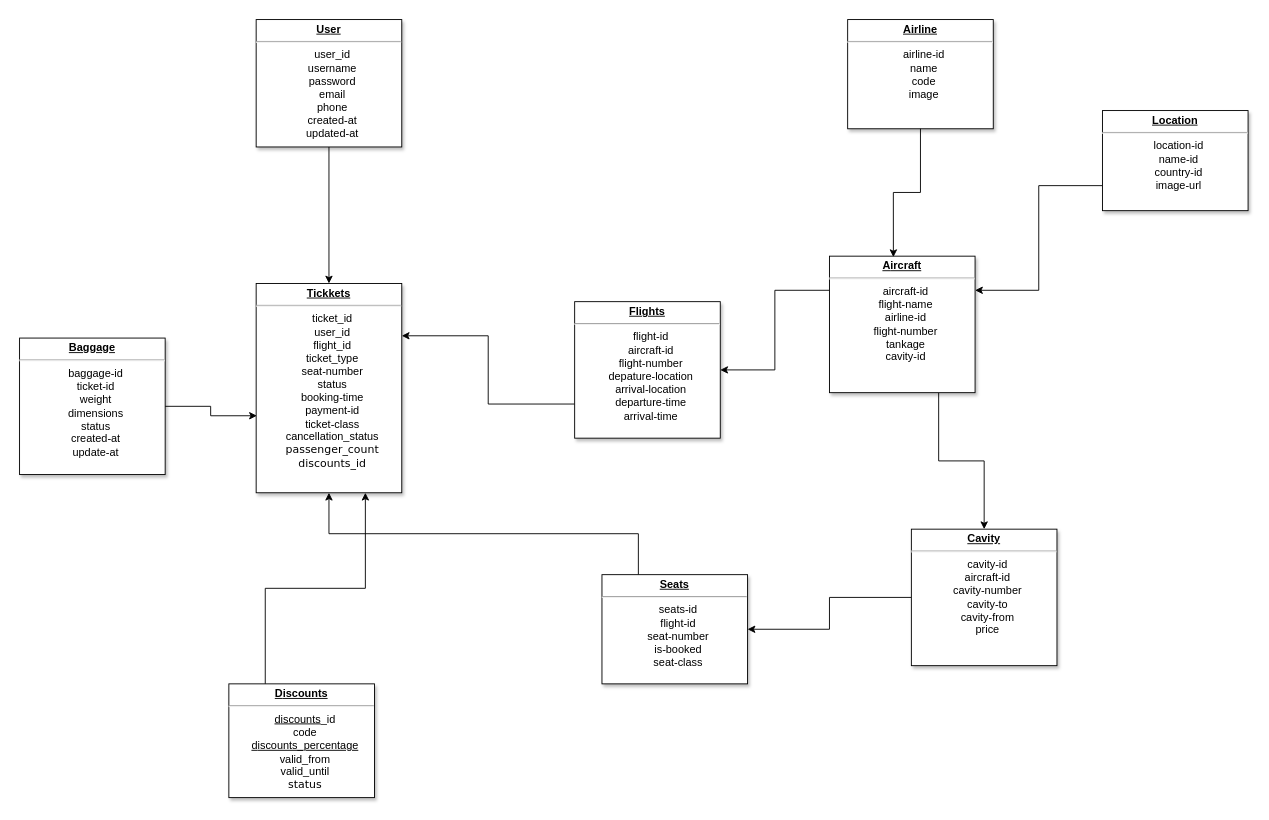
The draw.io diagram page "DataBase" (1 of 4) of Biểu đồ không có tiêu đề.drawio in DungZG/TrackingFlight, before the edit. Source tidied: cells renumbered, new cells numbered last; positions are measured from the earlier drawing's top-left corner, leaving out a move shared by most shapes. Both pictures are drawn from the tidied source at 91%, with x=0, y=0 at pixel (19, 19).
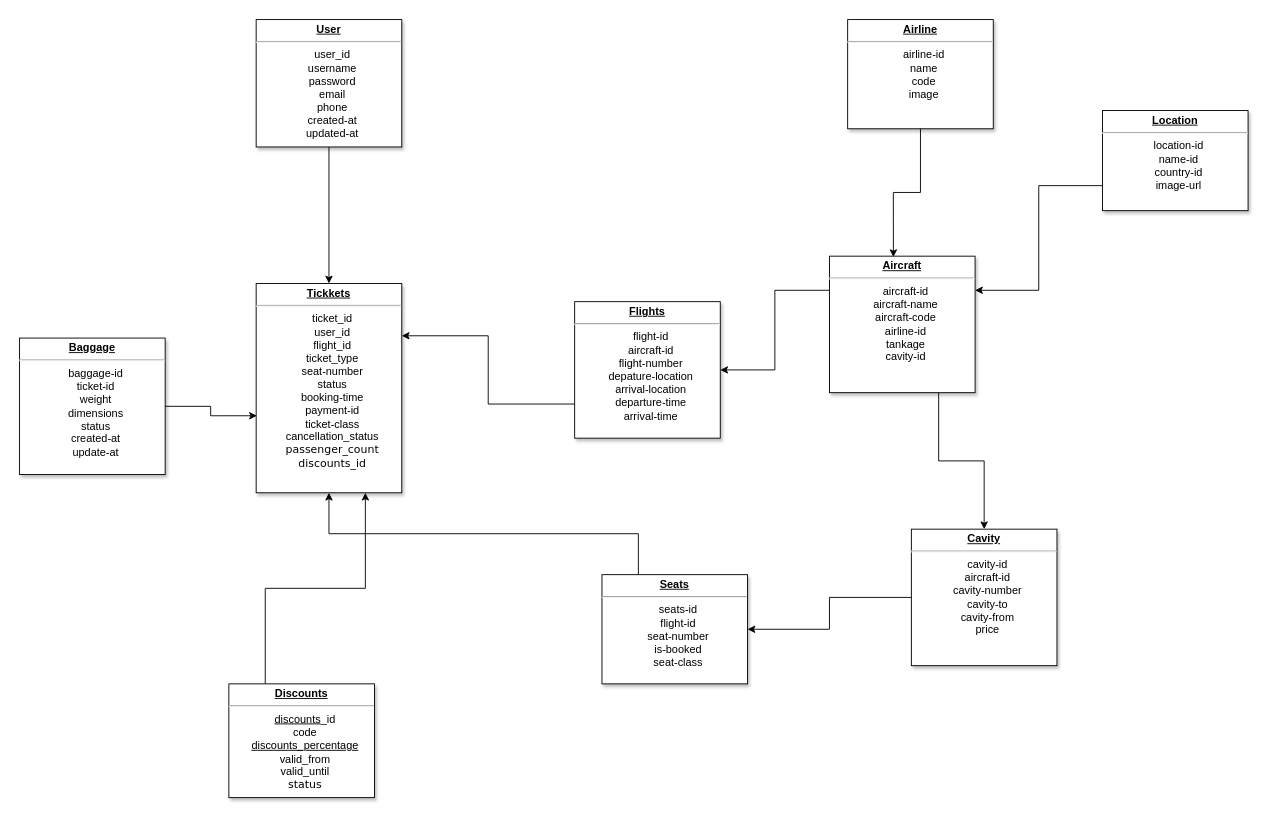
Above is the later version.

Commit message:
Cập nhật Biểu đồ không có tiêu đề.drawio

Diff of the diagram source:
```diff
@@
-    <mxCell id="8" value="&lt;p style=&quot;text-align: center; margin: 4px 0px 0px;&quot;&gt;&lt;b&gt;&lt;u&gt;A&lt;/u&gt;&lt;/b&gt;&lt;span style=&quot;background-color: transparent;&quot;&gt;&lt;b&gt;&lt;u&gt;ircraft&lt;/u&gt;&lt;/b&gt;&lt;/span&gt;&lt;/p&gt;&lt;hr style=&quot;text-align: center;&quot;&gt;&lt;p style=&quot;text-align: center; margin: 0px 0px 0px 8px;&quot;&gt;aircraft-id&lt;/p&gt;&lt;p style=&quot;text-align: center; margin: 0px 0px 0px 8px;&quot;&gt;flight-name&lt;/p&gt;&lt;p style=&quot;text-align: center; margin: 0px 0px 0px 8px;&quot;&gt;airline-id&lt;/p&gt;&lt;p style=&quot;text-align: center; margin: 0px 0px 0px 8px;&quot;&gt;flight-number&lt;/p&gt;&lt;p style=&quot;text-align: center; margin: 0px 0px 0px 8px;&quot;&gt;tankage&lt;/p&gt;&lt;p style=&quot;text-align: center; margin: 0px 0px 0px 8px;&quot;&gt;cavity-id&lt;/p&gt;&lt;p style=&quot;text-align: center; margin: 0px 0px 0px 8px;&quot;&gt;&lt;br&gt;&lt;/p&gt;&lt;p style=&quot;text-align: center; margin: 0px 0px 0px 8px;&quot;&gt;&lt;br&gt;&lt;/p&gt;" style="verticalAlign=top;align=left;overflow=fill;fontSize=12;fontFamily=Helvetica;html=1;shadow=1;labelBackgroundColor=none;" parent="1" vertex="1">
+    <mxCell id="8" value="&lt;p style=&quot;text-align: center; margin: 4px 0px 0px;&quot;&gt;&lt;b&gt;&lt;u&gt;A&lt;/u&gt;&lt;/b&gt;&lt;span style=&quot;background-color: transparent;&quot;&gt;&lt;b&gt;&lt;u&gt;ircraft&lt;/u&gt;&lt;/b&gt;&lt;/span&gt;&lt;/p&gt;&lt;hr style=&quot;text-align: center;&quot;&gt;&lt;p style=&quot;text-align: center; margin: 0px 0px 0px 8px;&quot;&gt;aircraft-id&lt;/p&gt;&lt;p style=&quot;text-align: center; margin: 0px 0px 0px 8px;&quot;&gt;aircraft-name&lt;/p&gt;&lt;p style=&quot;text-align: center; margin: 0px 0px 0px 8px;&quot;&gt;aircraft-code&lt;/p&gt;&lt;p style=&quot;text-align: center; margin: 0px 0px 0px 8px;&quot;&gt;airline-id&lt;/p&gt;&lt;p style=&quot;text-align: center; margin: 0px 0px 0px 8px;&quot;&gt;tankage&lt;/p&gt;&lt;p style=&quot;text-align: center; margin: 0px 0px 0px 8px;&quot;&gt;cavity-id&lt;/p&gt;&lt;p style=&quot;text-align: center; margin: 0px 0px 0px 8px;&quot;&gt;&lt;br&gt;&lt;/p&gt;&lt;p style=&quot;text-align: center; margin: 0px 0px 0px 8px;&quot;&gt;&lt;br&gt;&lt;/p&gt;" style="verticalAlign=top;align=left;overflow=fill;fontSize=12;fontFamily=Helvetica;html=1;shadow=1;labelBackgroundColor=none;" parent="1" vertex="1">
       <mxGeometry x="890" y="260" width="160" height="150" as="geometry" />
     </mxCell>
```
